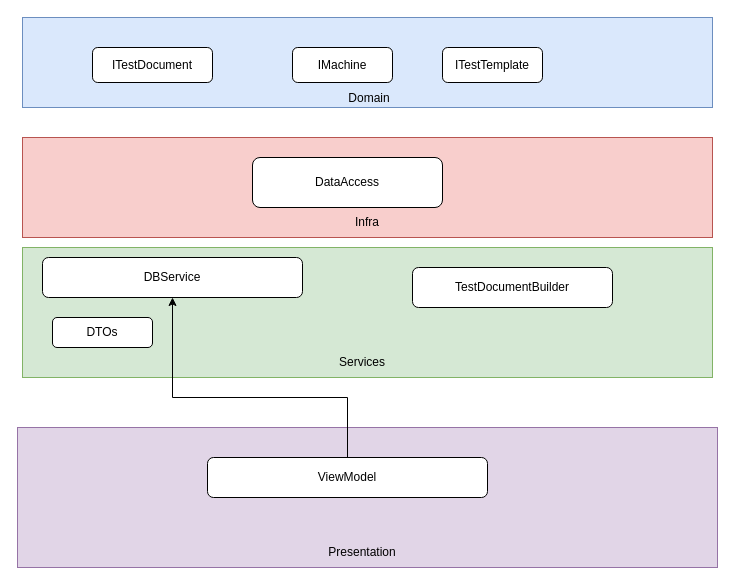
Earlier version of the draw.io diagram Darley/SaveToDataBase.drawio (AmolSJawalkar/DrawIO). Source tidied: cells renumbered, new cells numbered last; positions are measured from the earlier drawing's top-left corner, leaving out a move shared by most shapes. Both pictures are drawn from the tidied source at 100%, with x=0, y=0 at pixel (17, 17).
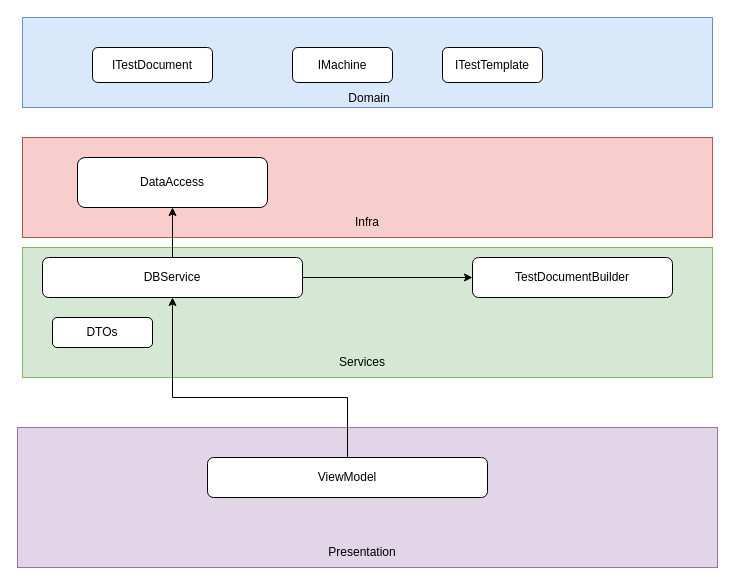
The same page after the edit.

The change refers to these unchanged cells:
```xml
<mxCell id="12" value="DBService" style="rounded=1;whiteSpace=wrap;html=1;" parent="1" vertex="1">
  <mxGeometry x="25" y="240" width="260" height="40" as="geometry" />
</mxCell>
```

Diff of the diagram source:
```diff
@@
+    <mxCell id="7" style="rounded=0;whiteSpace=wrap;html=1;fillColor=#f8cecc;strokeColor=#b85450;" parent="1" vertex="1">
+      <mxGeometry x="5" y="120" width="690" height="100" as="geometry" />
+    </mxCell>
@@
-    <mxCell id="7" style="rounded=0;whiteSpace=wrap;html=1;fillColor=#f8cecc;strokeColor=#b85450;" parent="1" vertex="1">
-      <mxGeometry x="5" y="120" width="690" height="100" as="geometry" />
-    </mxCell>
     <mxCell id="8" value="DataAccess" style="rounded=1;whiteSpace=wrap;html=1;" parent="1" vertex="1">
-      <mxGeometry x="235" y="140" width="190" height="50" as="geometry" />
+      <mxGeometry x="60" y="140" width="190" height="50" as="geometry" />
     </mxCell>
@@
+    <mxCell id="19" style="edgeStyle=orthogonalEdgeStyle;rounded=0;jettySize=auto;html=1;" parent="1" edge="1" source="12" target="14">
+      <mxGeometry relative="1" as="geometry" />
+    </mxCell>
@@
     <mxCell id="14" value="TestDocumentBuilder" style="rounded=1;whiteSpace=wrap;html=1;" parent="1" vertex="1">
-      <mxGeometry x="395" y="250" width="200" height="40" as="geometry" />
+      <mxGeometry x="455" y="240" width="200" height="40" as="geometry" />
     </mxCell>
@@
+    <mxCell id="20" style="endArrow=classic;html=1;rounded=0;entryX=0.5;entryY=1;entryDx=0;entryDy=0;" parent="1" edge="1" source="12" target="8">
+      <mxGeometry relative="1" as="geometry" />
+    </mxCell>
```
